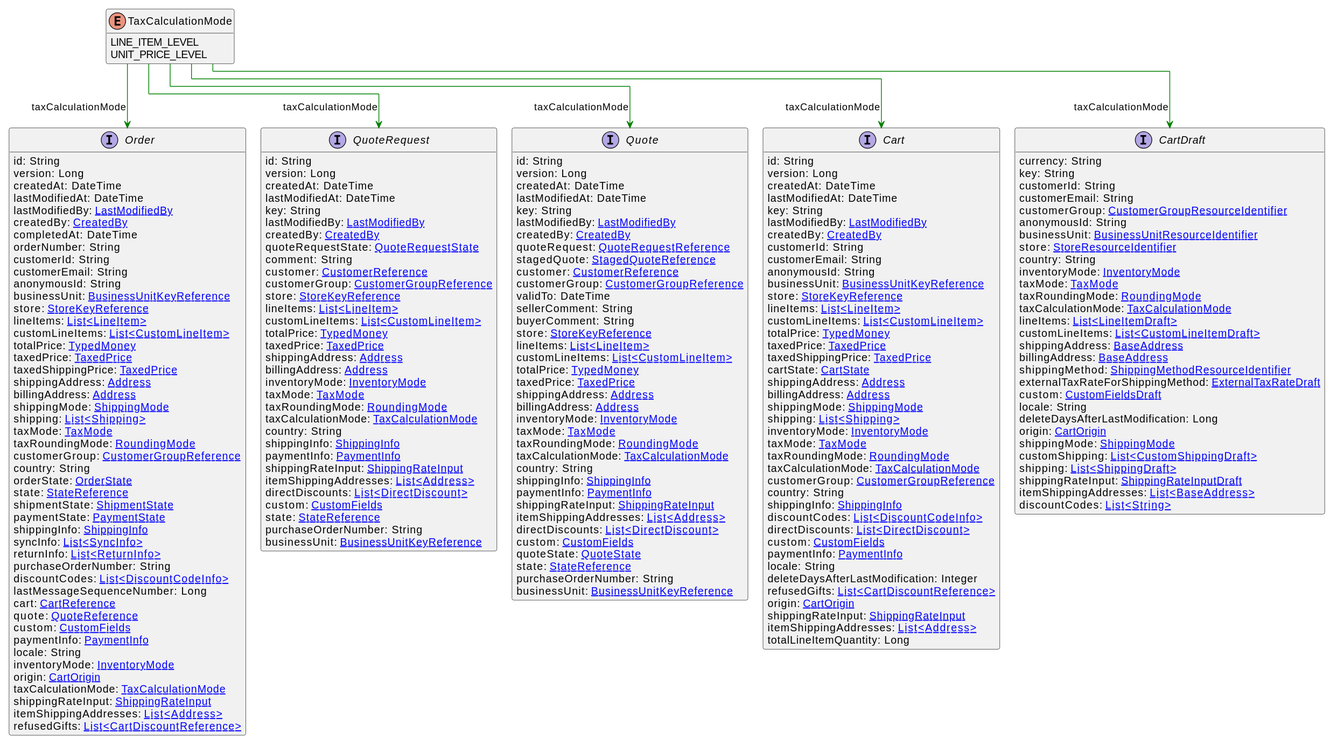
The PlantUML diagram uml/api/svg/TaxCalculationMode.svg in commercetools/commercetools-api-reference, before a commit.
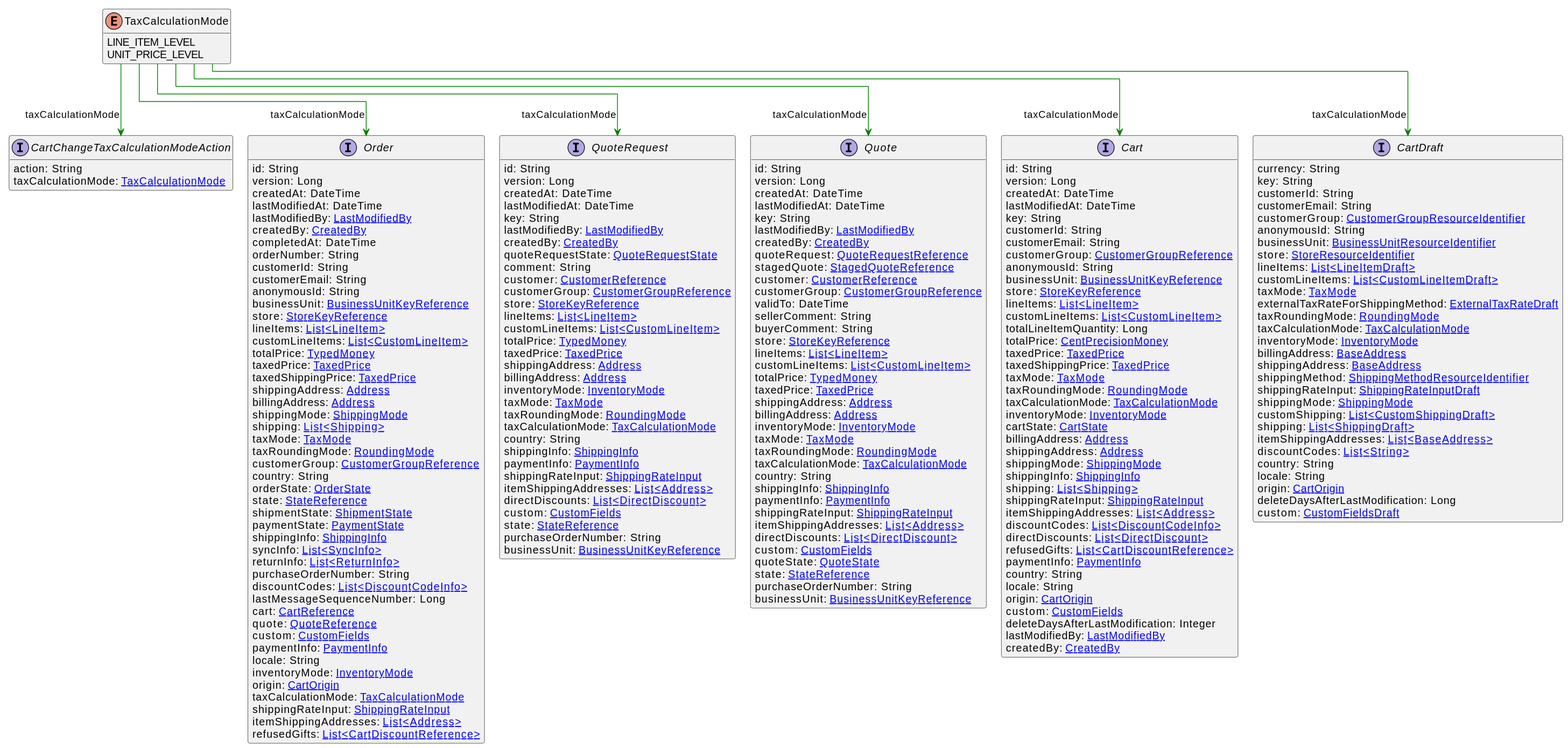
Above is the later version.

The edit, as a diff of the source:
```diff
@@ -11,41 +11,41 @@
     createdAt: DateTime
     lastModifiedAt: DateTime
     key: String
-    lastModifiedBy: [[LastModifiedBy.svg LastModifiedBy]]
-    createdBy: [[CreatedBy.svg CreatedBy]]
     customerId: String
     customerEmail: String
+    customerGroup: [[CustomerGroupReference.svg CustomerGroupReference]]
     anonymousId: String
     businessUnit: [[BusinessUnitKeyReference.svg BusinessUnitKeyReference]]
     store: [[StoreKeyReference.svg StoreKeyReference]]
     lineItems: [[LineItem.svg List<LineItem>]]
     customLineItems: [[CustomLineItem.svg List<CustomLineItem>]]
-    totalPrice: [[TypedMoney.svg TypedMoney]]
+    totalLineItemQuantity: Long
+    totalPrice: [[CentPrecisionMoney.svg CentPrecisionMoney]]
     taxedPrice: [[TaxedPrice.svg TaxedPrice]]
     taxedShippingPrice: [[TaxedPrice.svg TaxedPrice]]
-    cartState: [[CartState.svg CartState]]
-    shippingAddress: [[Address.svg Address]]
-    billingAddress: [[Address.svg Address]]
-    shippingMode: [[ShippingMode.svg ShippingMode]]
-    shipping: [[Shipping.svg List<Shipping>]]
-    inventoryMode: [[InventoryMode.svg InventoryMode]]
     taxMode: [[TaxMode.svg TaxMode]]
     taxRoundingMode: [[RoundingMode.svg RoundingMode]]
     taxCalculationMode: [[TaxCalculationMode.svg TaxCalculationMode]]
-    customerGroup: [[CustomerGroupReference.svg CustomerGroupReference]]
-    country: String
+    inventoryMode: [[InventoryMode.svg InventoryMode]]
+    cartState: [[CartState.svg CartState]]
+    billingAddress: [[Address.svg Address]]
+    shippingAddress: [[Address.svg Address]]
+    shippingMode: [[ShippingMode.svg ShippingMode]]
     shippingInfo: [[ShippingInfo.svg ShippingInfo]]
+    shipping: [[Shipping.svg List<Shipping>]]
+    shippingRateInput: [[ShippingRateInput.svg ShippingRateInput]]
+    itemShippingAddresses: [[Address.svg List<Address>]]
     discountCodes: [[DiscountCodeInfo.svg List<DiscountCodeInfo>]]
     directDiscounts: [[DirectDiscount.svg List<DirectDiscount>]]
+    refusedGifts: [[CartDiscountReference.svg List<CartDiscountReference>]]
+    paymentInfo: [[PaymentInfo.svg PaymentInfo]]
+    country: String
+    locale: String
+    origin: [[CartOrigin.svg CartOrigin]]
     custom: [[CustomFields.svg CustomFields]]
-    paymentInfo: [[PaymentInfo.svg PaymentInfo]]
-    locale: String
     deleteDaysAfterLastModification: Integer
-    refusedGifts: [[CartDiscountReference.svg List<CartDiscountReference>]]
-    origin: [[CartOrigin.svg CartOrigin]]
-    shippingRateInput: [[ShippingRateInput.svg ShippingRateInput]]
-    itemShippingAddresses: [[Address.svg List<Address>]]
-    totalLineItemQuantity: Long
+    lastModifiedBy: [[LastModifiedBy.svg LastModifiedBy]]
+    createdBy: [[CreatedBy.svg CreatedBy]]
 }
 interface CartDraft [[CartDraft.svg]]  {
     currency: String
@@ -56,27 +56,31 @@
     anonymousId: String
     businessUnit: [[BusinessUnitResourceIdentifier.svg BusinessUnitResourceIdentifier]]
     store: [[StoreResourceIdentifier.svg StoreResourceIdentifier]]
-    country: String
-    inventoryMode: [[InventoryMode.svg InventoryMode]]
+    lineItems: [[LineItemDraft.svg List<LineItemDraft>]]
+    customLineItems: [[CustomLineItemDraft.svg List<CustomLineItemDraft>]]
     taxMode: [[TaxMode.svg TaxMode]]
+    externalTaxRateForShippingMethod: [[ExternalTaxRateDraft.svg ExternalTaxRateDraft]]
     taxRoundingMode: [[RoundingMode.svg RoundingMode]]
     taxCalculationMode: [[TaxCalculationMode.svg TaxCalculationMode]]
-    lineItems: [[LineItemDraft.svg List<LineItemDraft>]]
-    customLineItems: [[CustomLineItemDraft.svg List<CustomLineItemDraft>]]
+    inventoryMode: [[InventoryMode.svg InventoryMode]]
+    billingAddress: [[BaseAddress.svg BaseAddress]]
     shippingAddress: [[BaseAddress.svg BaseAddress]]
-    billingAddress: [[BaseAddress.svg BaseAddress]]
     shippingMethod: [[ShippingMethodResourceIdentifier.svg ShippingMethodResourceIdentifier]]
-    externalTaxRateForShippingMethod: [[ExternalTaxRateDraft.svg ExternalTaxRateDraft]]
-    custom: [[CustomFieldsDraft.svg CustomFieldsDraft]]
-    locale: String
-    deleteDaysAfterLastModification: Long
-    origin: [[CartOrigin.svg CartOrigin]]
+    shippingRateInput: [[ShippingRateInputDraft.svg ShippingRateInputDraft]]
     shippingMode: [[ShippingMode.svg ShippingMode]]
     customShipping: [[CustomShippingDraft.svg List<CustomShippingDraft>]]
     shipping: [[ShippingDraft.svg List<ShippingDraft>]]
-    shippingRateInput: [[ShippingRateInputDraft.svg ShippingRateInputDraft]]
     itemShippingAddresses: [[BaseAddress.svg List<BaseAddress>]]
     discountCodes: [[String.svg List<String>]]
+    country: String
+    locale: String
+    origin: [[CartOrigin.svg CartOrigin]]
+    deleteDaysAfterLastModification: Long
+    custom: [[CustomFieldsDraft.svg CustomFieldsDraft]]
+}
+interface CartChangeTaxCalculationModeAction [[CartChangeTaxCalculationModeAction.svg]]  {
+    action: String
+    taxCalculationMode: [[TaxCalculationMode.svg TaxCalculationMode]]
 }
 interface Order [[Order.svg]]  {
     id: String
@@ -201,6 +205,7 @@
 }
 TaxCalculationMode --> Cart #green;text:green : "taxCalculationMode"
 TaxCalculationMode --> CartDraft #green;text:green : "taxCalculationMode"
+TaxCalculationMode --> CartChangeTaxCalculationModeAction #green;text:green : "taxCalculationMode"
 TaxCalculationMode --> Order #green;text:green : "taxCalculationMode"
 TaxCalculationMode --> QuoteRequest #green;text:green : "taxCalculationMode"
 TaxCalculationMode --> Quote #green;text:green : "taxCalculationMode"
```
